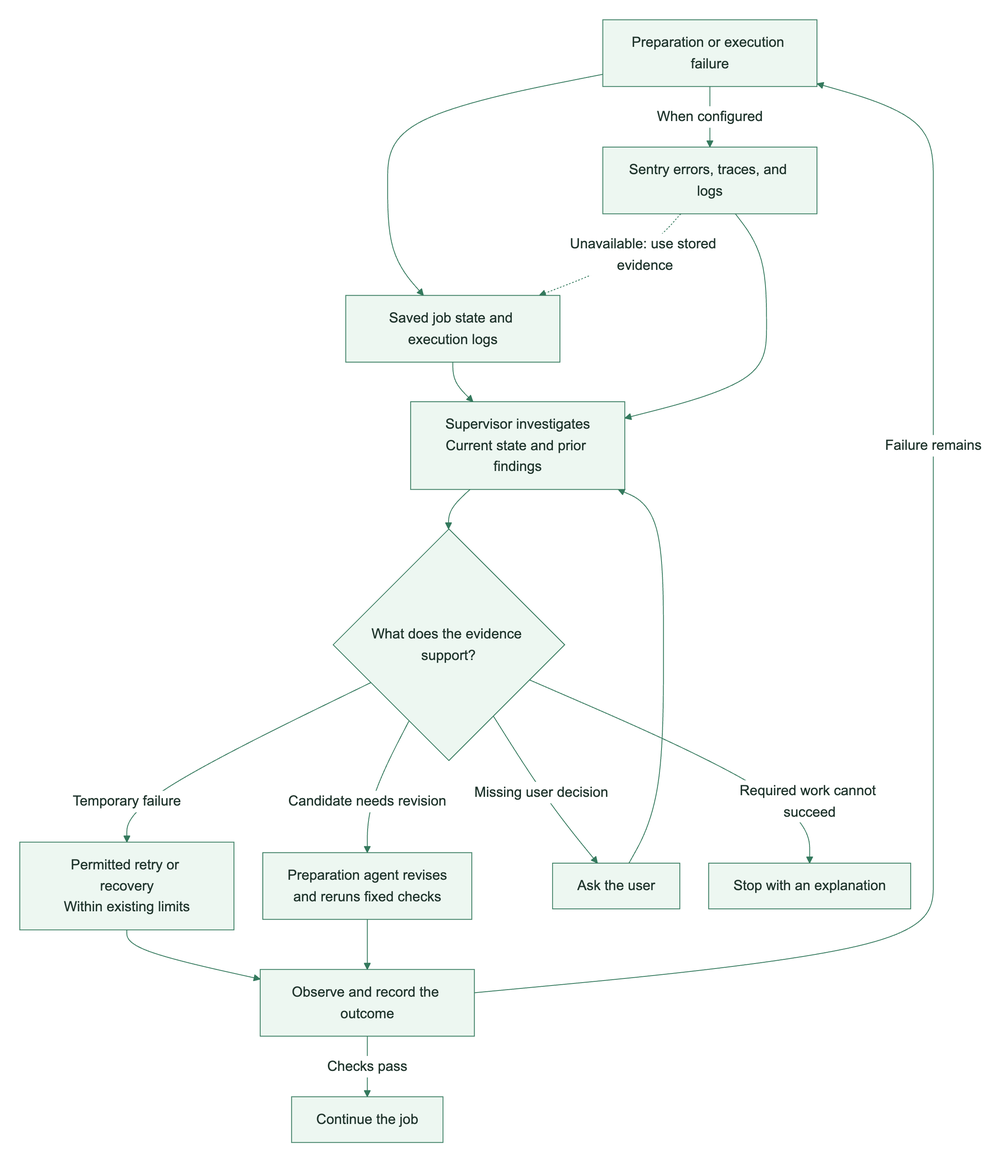
The Mermaid diagram docs/assets/devpost/sentry-failures.png in ji24077/HTN, before a commit. Its source is kept beside it as docs/assets/devpost/sentry-failures.mmd. Its diagram source:
```mermaid
flowchart TD
    X["Preparation or execution failure"] --> L["Saved job state and execution logs"]
    X -->|"When configured"| S["Sentry errors, traces, and logs"]
    L --> A["Supervisor investigates<br/>Current state and prior findings"]
    S --> A
    S -.->|"Unavailable: use stored evidence"| L
    A --> D{"What does the evidence support?"}
    D -->|"Temporary failure"| R["Permitted retry or recovery<br/>Within existing limits"]
    D -->|"Candidate needs revision"| P["Preparation agent revises<br/>and reruns fixed checks"]
    D -->|"Missing user decision"| U["Ask the user"]
    U --> A
    D -->|"Required work cannot succeed"| F["Stop with an explanation"]
    R --> O["Observe and record the outcome"]
    P --> O
    O -->|"Failure remains"| X
    O -->|"Checks pass"| C["Continue the job"]
```
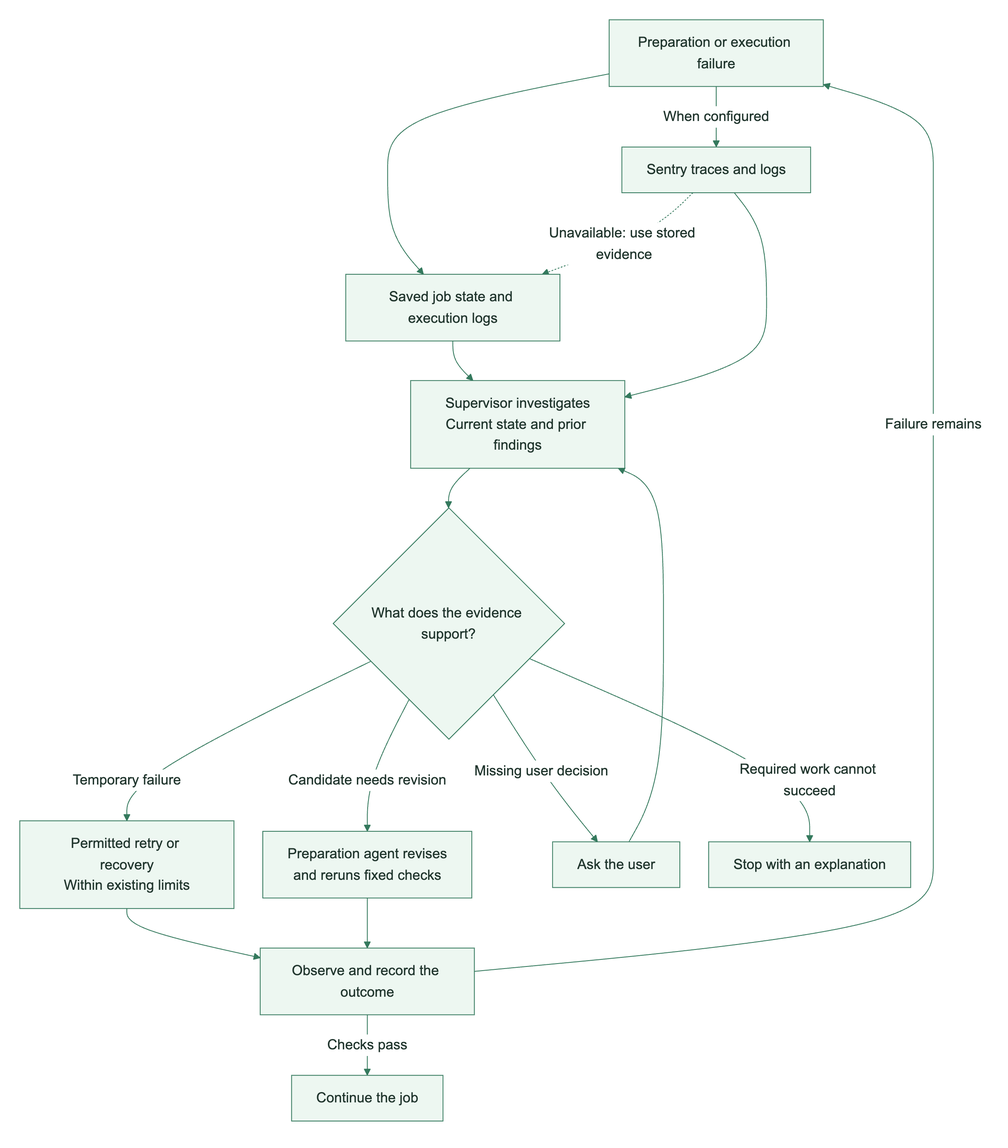
After the commit.

Commit message:
docs: focus Sentry claims on traces and logs

Change to the diagram source:
```diff
@@ -1,6 +1,6 @@
 flowchart TD
     X["Preparation or execution failure"] --> L["Saved job state and execution logs"]
-    X -->|"When configured"| S["Sentry errors, traces, and logs"]
+    X -->|"When configured"| S["Sentry traces and logs"]
     L --> A["Supervisor investigates<br/>Current state and prior findings"]
     S --> A
     S -.->|"Unavailable: use stored evidence"| L
```
